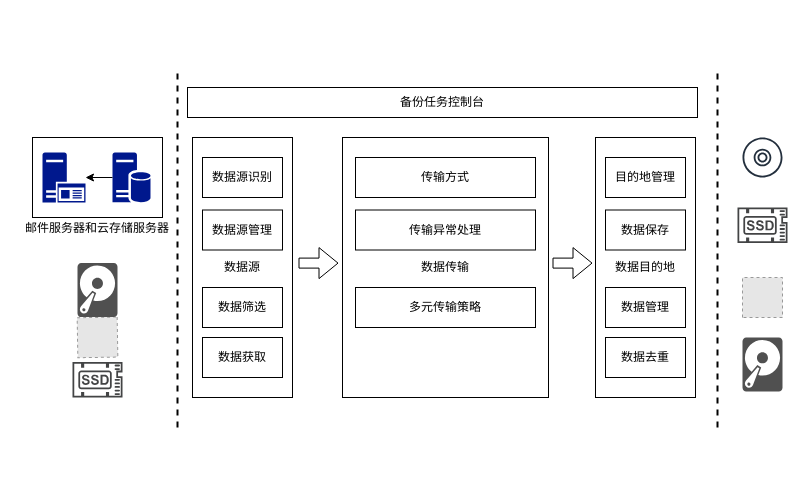
This is page "第 1 页" (1 of 2) of 第三章关键问题.drawio from GreenTee-color/Documents, a draw.io file, before an edit. Source tidied: cells renumbered, new cells numbered last; positions are measured from the earlier drawing's top-left corner, leaving out a move shared by most shapes. Both pictures are drawn from the tidied source at 100%, with x=0, y=0 at pixel (17, 67). Pictures stored in the file or linked from it are replaced by grey dashed boxes.
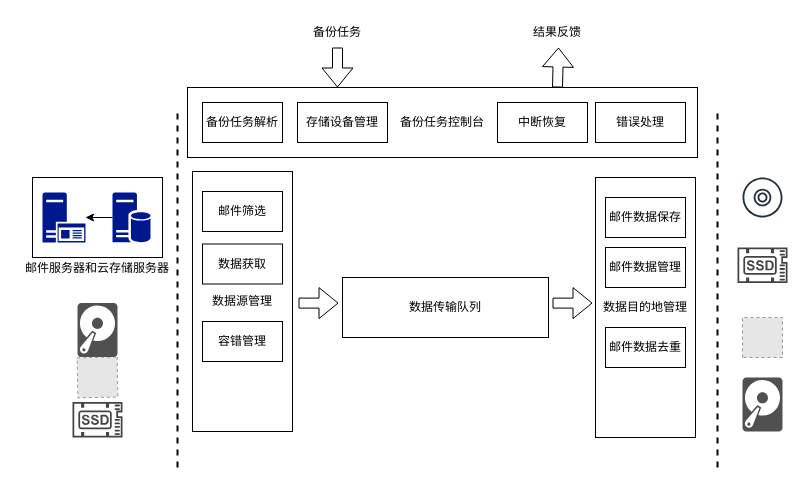
The same page after the edit.

Commit message (it also covers changes not shown here):
更新第三章关键问题.drawio

The edit, as a diff of the source:
```diff
@@
-    <mxCell id="2" style="group;" parent="1" vertex="1">
-      <mxGeometry y="70" width="745" height="260" as="geometry" />
-    </mxCell>
+    <mxCell id="39" value="备份任务控制台" style="rounded=0;whiteSpace=wrap;html=1;" parent="1" vertex="1">
+      <mxGeometry x="170" y="20" width="510" height="70" as="geometry" />
+    </mxCell>
+    <mxCell id="40" style="endArrow=none;dashed=1;html=1;rounded=0;strokeWidth=2;" parent="1" edge="1">
+      <mxGeometry relative="1" as="geometry">
+        <mxPoint x="160" y="400" as="sourcePoint" />
+        <mxPoint x="160" y="40" as="targetPoint" />
+      </mxGeometry>
+    </mxCell>
-    <mxCell id="3" style="group;" parent="2" vertex="1">
-      <mxGeometry x="55" y="125.6" width="110" height="134.4" as="geometry" />
+    <mxCell id="3" style="group;" parent="1" vertex="1">
+      <mxGeometry x="55" y="235.6" width="110" height="134.4" as="geometry" />
     </mxCell>
@@
-    <mxCell id="9" style="sketch=0;shadow=0;dashed=0;html=1;strokeColor=none;fillColor=#505050;labelPosition=center;verticalLabelPosition=bottom;verticalAlign=top;align=center;shape=mxgraph.office.devices.hard_disk;" parent="2" vertex="1">
-      <mxGeometry x="725" y="200" width="40" height="54" as="geometry" />
+    <mxCell id="9" style="sketch=0;shadow=0;dashed=0;html=1;strokeColor=none;fillColor=#505050;labelPosition=center;verticalLabelPosition=bottom;verticalAlign=top;align=center;shape=mxgraph.office.devices.hard_disk;" parent="1" vertex="1">
+      <mxGeometry x="725" y="310" width="40" height="54" as="geometry" />
     </mxCell>
-    <mxCell id="10" style="sketch=0;fontColor=#232F3E;gradientColor=none;fillColor=#232F3D;strokeColor=none;dashed=0;verticalLabelPosition=bottom;verticalAlign=top;align=center;html=1;fontSize=12;fontStyle=0;shape=mxgraph.aws4.disk;" parent="2" vertex="1">
-      <mxGeometry x="725" width="40" height="40" as="geometry" />
+    <mxCell id="10" style="sketch=0;fontColor=#232F3E;gradientColor=none;fillColor=#232F3D;strokeColor=none;dashed=0;verticalLabelPosition=bottom;verticalAlign=top;align=center;html=1;fontSize=12;fontStyle=0;shape=mxgraph.aws4.disk;" parent="1" vertex="1">
+      <mxGeometry x="725" y="110" width="40" height="40" as="geometry" />
     </mxCell>
-    <mxCell id="11" style="sketch=0;shadow=0;dashed=0;html=1;strokeColor=none;fillColor=#434445;labelPosition=center;verticalLabelPosition=bottom;verticalAlign=top;align=center;shape=mxgraph.vvd.ssd;" parent="2" vertex="1">
-      <mxGeometry x="720" y="70" width="50" height="35.5" as="geometry" />
+    <mxCell id="11" style="sketch=0;shadow=0;dashed=0;html=1;strokeColor=none;fillColor=#434445;labelPosition=center;verticalLabelPosition=bottom;verticalAlign=top;align=center;shape=mxgraph.vvd.ssd;" parent="1" vertex="1">
+      <mxGeometry x="720" y="180" width="50" height="35.5" as="geometry" />
     </mxCell>
-    <mxCell id="12" style="fillColor=#E6E6E6;strokeColor=#999999;dashed=1;html=1;verticalAlign=top;verticalLabelPosition=bottom;labelBackgroundColor=#ffffff;rotation=-90;" parent="2" vertex="1">
-      <mxGeometry x="725" y="140" width="40" height="40" as="geometry" />
+    <mxCell id="12" style="fillColor=#E6E6E6;strokeColor=#999999;dashed=1;html=1;verticalAlign=top;verticalLabelPosition=bottom;labelBackgroundColor=#ffffff;rotation=-90;" parent="1" vertex="1">
+      <mxGeometry x="725" y="250" width="40" height="40" as="geometry" />
     </mxCell>
-    <mxCell id="13" style="group;" parent="2" vertex="1">
-      <mxGeometry x="15" width="130" height="80" as="geometry" />
+    <mxCell id="13" style="group;" parent="1" vertex="1">
+      <mxGeometry x="15" y="110" width="130" height="80" as="geometry" />
     </mxCell>
@@
-    <mxCell id="18" style="group;" parent="2" vertex="1">
-      <mxGeometry x="325" width="206" height="260" as="geometry" />
+    <mxCell id="18" style="group;" parent="1" vertex="1">
+      <mxGeometry x="325" y="110" width="206" height="260" as="geometry" />
     </mxCell>
-    <mxCell id="19" value="数据传输" style="rounded=0;whiteSpace=wrap;html=1;" parent="18" vertex="1">
-      <mxGeometry width="206" height="260" as="geometry" />
+    <mxCell id="19" value="数据传输队列" style="rounded=0;whiteSpace=wrap;html=1;" parent="18" vertex="1">
+      <mxGeometry y="100" width="206" height="60" as="geometry" />
     </mxCell>
-    <mxCell id="20" value="传输方式" style="rounded=0;whiteSpace=wrap;html=1;" parent="18" vertex="1">
-      <mxGeometry x="13" y="20" width="180" height="40" as="geometry" />
-    </mxCell>
-    <mxCell id="21" value="传输异常处理" style="rounded=0;whiteSpace=wrap;html=1;" parent="18" vertex="1">
-      <mxGeometry x="13" y="72.5" width="180" height="40" as="geometry" />
-    </mxCell>
-    <mxCell id="22" value="多元传输策略" style="rounded=0;whiteSpace=wrap;html=1;" parent="18" vertex="1">
-      <mxGeometry x="13" y="150" width="180" height="40" as="geometry" />
-    </mxCell>
-    <mxCell id="23" style="group;" parent="2" vertex="1">
-      <mxGeometry x="578" width="100" height="260" as="geometry" />
+    <mxCell id="23" style="group;" parent="1" vertex="1">
+      <mxGeometry x="578" y="110" width="100" height="260" as="geometry" />
     </mxCell>
-    <mxCell id="24" value="数据目的地" style="rounded=0;whiteSpace=wrap;html=1;" parent="23" vertex="1">
+    <mxCell id="24" value="数据目的地管理" style="rounded=0;whiteSpace=wrap;html=1;" parent="23" vertex="1">
       <mxGeometry width="100" height="260" as="geometry" />
     </mxCell>
-    <mxCell id="25" value="目的地管理" style="rounded=0;whiteSpace=wrap;html=1;" parent="23" vertex="1">
+    <mxCell id="25" value="邮件数据保存" style="rounded=0;whiteSpace=wrap;html=1;" parent="23" vertex="1">
       <mxGeometry x="10" y="20" width="80" height="40" as="geometry" />
     </mxCell>
-    <mxCell id="26" value="数据保存" style="rounded=0;whiteSpace=wrap;html=1;" parent="23" vertex="1">
-      <mxGeometry x="10" y="72.5" width="80" height="40" as="geometry" />
+    <mxCell id="26" value="邮件数据管理" style="rounded=0;whiteSpace=wrap;html=1;" parent="23" vertex="1">
+      <mxGeometry x="10" y="70" width="80" height="40" as="geometry" />
     </mxCell>
-    <mxCell id="27" value="数据管理" style="rounded=0;whiteSpace=wrap;html=1;" parent="23" vertex="1">
-      <mxGeometry x="10" y="150" width="80" height="40" as="geometry" />
-    </mxCell>
-    <mxCell id="28" value="数据去重" style="rounded=0;whiteSpace=wrap;html=1;" parent="23" vertex="1">
-      <mxGeometry x="10" y="200" width="80" height="40" as="geometry" />
-    </mxCell>
+    <mxCell id="41" value="邮件数据去重" style="rounded=0;whiteSpace=wrap;html=1;" parent="23" vertex="1">
+      <mxGeometry x="10" y="150" width="80" height="40" as="geometry" />
+    </mxCell>
-    <mxCell id="29" style="group;" parent="2" vertex="1">
-      <mxGeometry x="175" width="100" height="260" as="geometry" />
+    <mxCell id="29" style="group;" parent="1" vertex="1">
+      <mxGeometry x="175" y="104" width="100" height="260" as="geometry" />
     </mxCell>
-    <mxCell id="30" value="数据源" style="rounded=0;whiteSpace=wrap;html=1;" parent="29" vertex="1">
+    <mxCell id="30" value="数据源管理" style="rounded=0;whiteSpace=wrap;html=1;" parent="29" vertex="1">
       <mxGeometry width="100" height="260" as="geometry" />
     </mxCell>
-    <mxCell id="31" value="数据源识别" style="rounded=0;whiteSpace=wrap;html=1;" parent="29" vertex="1">
-      <mxGeometry x="10" y="20" width="80" height="40" as="geometry" />
-    </mxCell>
-    <mxCell id="32" value="数据源管理" style="rounded=0;whiteSpace=wrap;html=1;" parent="29" vertex="1">
+    <mxCell id="32" value="数据获取" style="rounded=0;whiteSpace=wrap;html=1;" parent="29" vertex="1">
       <mxGeometry x="10" y="72.5" width="80" height="40" as="geometry" />
     </mxCell>
-    <mxCell id="33" value="数据筛选" style="rounded=0;whiteSpace=wrap;html=1;" parent="29" vertex="1">
-      <mxGeometry x="10" y="150" width="80" height="40" as="geometry" />
+    <mxCell id="33" value="邮件筛选" style="rounded=0;whiteSpace=wrap;html=1;" parent="29" vertex="1">
+      <mxGeometry x="10" y="20" width="80" height="40" as="geometry" />
     </mxCell>
-    <mxCell id="34" value="数据获取" style="rounded=0;whiteSpace=wrap;html=1;" parent="29" vertex="1">
-      <mxGeometry x="10" y="200" width="80" height="40" as="geometry" />
+    <mxCell id="34" value="容错管理" style="rounded=0;whiteSpace=wrap;html=1;" parent="29" vertex="1">
+      <mxGeometry x="10" y="150" width="80" height="40" as="geometry" />
     </mxCell>
-    <mxCell id="35" style="shape=flexArrow;endArrow=classic;html=1;rounded=0;" parent="2" edge="1">
+    <mxCell id="35" style="shape=flexArrow;endArrow=classic;html=1;rounded=0;" parent="1" edge="1">
       <mxGeometry relative="1" as="geometry">
-        <mxPoint x="281" y="125.6" as="sourcePoint" />
-        <mxPoint x="321" y="125.6" as="targetPoint" />
+        <mxPoint x="281" y="235.6" as="sourcePoint" />
+        <mxPoint x="321" y="235.6" as="targetPoint" />
       </mxGeometry>
     </mxCell>
-    <mxCell id="36" style="shape=flexArrow;endArrow=classic;html=1;rounded=0;" parent="2" edge="1">
+    <mxCell id="36" style="shape=flexArrow;endArrow=classic;html=1;rounded=0;" parent="1" edge="1">
       <mxGeometry relative="1" as="geometry">
-        <mxPoint x="535" y="125.6" as="sourcePoint" />
-        <mxPoint x="575" y="125.6" as="targetPoint" />
+        <mxPoint x="535" y="235.6" as="sourcePoint" />
+        <mxPoint x="575" y="235.6" as="targetPoint" />
       </mxGeometry>
     </mxCell>
-    <mxCell id="37" value="邮件服务器和云存储服务器" style="text;html=1;align=center;verticalAlign=middle;whiteSpace=wrap;rounded=0;" parent="2" vertex="1">
-      <mxGeometry y="75.5" width="160" height="30" as="geometry" />
+    <mxCell id="37" value="邮件服务器和云存储服务器" style="text;html=1;align=center;verticalAlign=middle;whiteSpace=wrap;rounded=0;" parent="1" vertex="1">
+      <mxGeometry y="185.5" width="160" height="30" as="geometry" />
     </mxCell>
-    <mxCell id="38" style="endArrow=none;dashed=1;html=1;rounded=0;strokeWidth=2;" parent="2" edge="1">
+    <mxCell id="38" style="endArrow=none;dashed=1;html=1;rounded=0;strokeWidth=2;" parent="1" edge="1">
       <mxGeometry relative="1" as="geometry">
-        <mxPoint x="700" y="290" as="sourcePoint" />
-        <mxPoint x="700" y="-70" as="targetPoint" />
+        <mxPoint x="700" y="400" as="sourcePoint" />
+        <mxPoint x="700" y="40" as="targetPoint" />
       </mxGeometry>
     </mxCell>
-    <mxCell id="39" value="备份任务控制台" style="rounded=0;whiteSpace=wrap;html=1;" parent="1" vertex="1">
-      <mxGeometry x="170" y="20" width="510" height="30" as="geometry" />
-    </mxCell>
-    <mxCell id="40" style="endArrow=none;dashed=1;html=1;rounded=0;strokeWidth=2;" parent="1" edge="1">
-      <mxGeometry relative="1" as="geometry">
-        <mxPoint x="160" y="360" as="sourcePoint" />
-        <mxPoint x="160" as="targetPoint" />
-      </mxGeometry>
-    </mxCell>
+    <mxCell id="42" style="shape=flexArrow;endArrow=classic;html=1;rounded=0;" parent="1" edge="1">
+      <mxGeometry relative="1" as="geometry">
+        <mxPoint x="320" y="-20" as="sourcePoint" />
+        <mxPoint x="320" y="20" as="targetPoint" />
+      </mxGeometry>
+    </mxCell>
+    <mxCell id="43" style="shape=flexArrow;endArrow=classic;html=1;rounded=0;entryX=0.129;entryY=-0.011;entryDx=0;entryDy=0;entryPerimeter=0;" parent="1" edge="1">
+      <mxGeometry relative="1" as="geometry">
+        <mxPoint x="511" y="-25" as="sourcePoint" />
+        <mxPoint x="511" y="-25" as="targetPoint" />
+      </mxGeometry>
+    </mxCell>
+    <mxCell id="44" style="shape=flexArrow;endArrow=classic;html=1;rounded=0;" parent="1" edge="1">
+      <mxGeometry relative="1" as="geometry">
+        <mxPoint x="540" y="20" as="sourcePoint" />
+        <mxPoint x="541" y="-20" as="targetPoint" />
+      </mxGeometry>
+    </mxCell>
+    <mxCell id="45" value="备份任务" style="text;html=1;align=center;verticalAlign=middle;whiteSpace=wrap;rounded=0;" parent="1" vertex="1">
+      <mxGeometry x="290" y="-50" width="60" height="30" as="geometry" />
+    </mxCell>
+    <mxCell id="46" value="结果反馈" style="text;html=1;align=center;verticalAlign=middle;whiteSpace=wrap;rounded=0;" parent="1" vertex="1">
+      <mxGeometry x="510" y="-50" width="60" height="30" as="geometry" />
+    </mxCell>
+    <mxCell id="47" value="备份任务解析" style="rounded=0;whiteSpace=wrap;html=1;" parent="1" vertex="1">
+      <mxGeometry x="185" y="35" width="80" height="40" as="geometry" />
+    </mxCell>
+    <mxCell id="48" value="存储设备管理" style="rounded=0;whiteSpace=wrap;html=1;" parent="1" vertex="1">
+      <mxGeometry x="280" y="35" width="90" height="40" as="geometry" />
+    </mxCell>
+    <mxCell id="49" value="错误处理" style="rounded=0;whiteSpace=wrap;html=1;" parent="1" vertex="1">
+      <mxGeometry x="578" y="35" width="90" height="40" as="geometry" />
+    </mxCell>
+    <mxCell id="50" value="中断恢复" style="rounded=0;whiteSpace=wrap;html=1;" parent="1" vertex="1">
+      <mxGeometry x="480" y="35" width="90" height="40" as="geometry" />
+    </mxCell>
```
